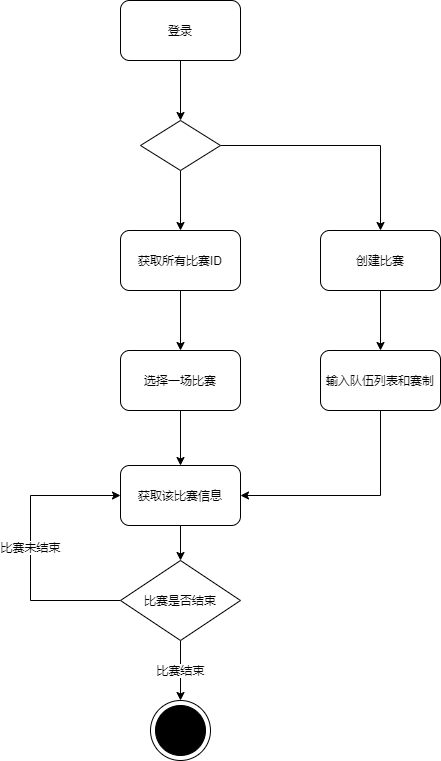
Before: tournament.png, a diagram exported from draw.io (WolverineX23/tournament-bracket-manager). Source tidied: cells renumbered, new cells last; positions are measured from the earlier drawing's top-left corner, leaving out a move shared by most shapes.
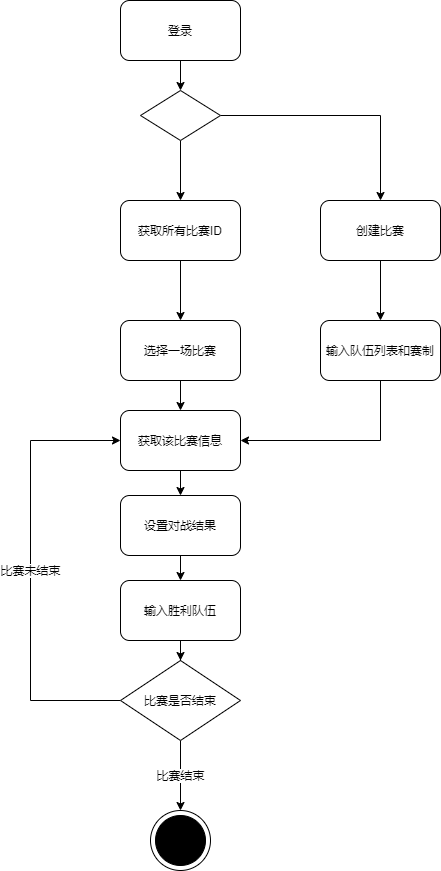
The same file after the commit.

What changed in the source:
```diff
@@ -6,7 +6,7 @@
       <mxGeometry relative="1" as="geometry" />
     </mxCell>
     <mxCell id="3" value="登录" style="rounded=1;whiteSpace=wrap;html=1;" parent="1" vertex="1">
-      <mxGeometry x="90" width="120" height="60" as="geometry" />
+      <mxGeometry x="90" y="30" width="120" height="60" as="geometry" />
     </mxCell>
     <mxCell id="4" style="edgeStyle=orthogonalEdgeStyle;rounded=0;jettySize=auto;html=1;exitX=0.5;exitY=1;exitDx=0;exitDy=0;" parent="1" edge="1" source="5" target="7">
       <mxGeometry relative="1" as="geometry" />
@@ -35,17 +35,17 @@
     <mxCell id="12" style="rhombus;whiteSpace=wrap;html=1;" parent="1" vertex="1">
       <mxGeometry x="110" y="120" width="80" height="50" as="geometry" />
     </mxCell>
-    <mxCell id="13" style="edgeStyle=orthogonalEdgeStyle;rounded=0;jettySize=auto;html=1;exitX=0.5;exitY=1;exitDx=0;exitDy=0;" parent="1" edge="1" source="14" target="17">
-      <mxGeometry relative="1" as="geometry" />
-    </mxCell>
+    <mxCell id="22" style="edgeStyle=orthogonalEdgeStyle;rounded=0;jettySize=auto;html=1;exitX=0.5;exitY=1;exitDx=0;exitDy=0;entryX=0.5;entryY=0;entryDx=0;entryDy=0;" parent="1" edge="1" source="14" target="24">
+      <mxGeometry relative="1" as="geometry" />
+    </mxCell>
     <mxCell id="14" value="获取该比赛信息" style="rounded=1;whiteSpace=wrap;html=1;" parent="1" vertex="1">
-      <mxGeometry x="90" y="465" width="120" height="60" as="geometry" />
+      <mxGeometry x="90" y="440" width="120" height="60" as="geometry" />
     </mxCell>
     <mxCell id="15" value="比赛未结束" style="edgeStyle=orthogonalEdgeStyle;rounded=0;jettySize=auto;html=1;exitX=0;exitY=0.5;exitDx=0;exitDy=0;entryX=0;entryY=0.5;entryDx=0;entryDy=0;" parent="1" edge="1" source="17" target="14">
       <mxGeometry relative="1" as="geometry">
         <Array as="points">
-          <mxPoint y="600" />
-          <mxPoint y="495" />
+          <mxPoint y="730" />
+          <mxPoint y="470" />
         </Array>
       </mxGeometry>
     </mxCell>
@@ -53,13 +53,13 @@
       <mxGeometry relative="1" as="geometry" />
     </mxCell>
     <mxCell id="17" value="比赛是否结束" style="rhombus;whiteSpace=wrap;html=1;rounded=0;" parent="1" vertex="1">
-      <mxGeometry x="90" y="560" width="120" height="80" as="geometry" />
+      <mxGeometry x="90" y="690" width="120" height="80" as="geometry" />
     </mxCell>
     <mxCell id="18" style="ellipse;whiteSpace=wrap;html=1;rounded=0;fillColor=#FFFFFF;" parent="1" vertex="1">
-      <mxGeometry x="120" y="700" width="60" height="60" as="geometry" />
+      <mxGeometry x="120" y="840" width="60" height="60" as="geometry" />
     </mxCell>
     <mxCell id="19" style="ellipse;whiteSpace=wrap;html=1;rounded=0;fillColor=#000000;perimeterSpacing=0;" parent="1" vertex="1">
-      <mxGeometry x="125" y="705" width="50" height="50" as="geometry" />
+      <mxGeometry x="125" y="845" width="50" height="50" as="geometry" />
     </mxCell>
     <mxCell id="20" style="edgeStyle=orthogonalEdgeStyle;rounded=0;jettySize=auto;html=1;exitX=0.5;exitY=1;exitDx=0;exitDy=0;entryX=1;entryY=0.5;entryDx=0;entryDy=0;" parent="1" edge="1" source="21" target="14">
       <mxGeometry relative="1" as="geometry" />
@@ -67,5 +67,17 @@
     <mxCell id="21" value="输入队伍列表和赛制" style="rounded=1;whiteSpace=wrap;html=1;fillColor=#FFFFFF;" parent="1" vertex="1">
       <mxGeometry x="290" y="350" width="120" height="60" as="geometry" />
     </mxCell>
+    <mxCell id="23" style="edgeStyle=orthogonalEdgeStyle;rounded=0;jettySize=auto;html=1;exitX=0.5;exitY=1;exitDx=0;exitDy=0;entryX=0.5;entryY=0;entryDx=0;entryDy=0;" parent="1" edge="1" source="24" target="26">
+      <mxGeometry relative="1" as="geometry" />
+    </mxCell>
+    <mxCell id="24" value="设置对战结果" style="rounded=1;whiteSpace=wrap;html=1;" parent="1" vertex="1">
+      <mxGeometry x="90" y="525" width="120" height="60" as="geometry" />
+    </mxCell>
+    <mxCell id="25" style="edgeStyle=orthogonalEdgeStyle;rounded=0;jettySize=auto;html=1;exitX=0.5;exitY=1;exitDx=0;exitDy=0;" parent="1" edge="1" source="26" target="17">
+      <mxGeometry relative="1" as="geometry" />
+    </mxCell>
+    <mxCell id="26" value="输入胜利队伍" style="rounded=1;whiteSpace=wrap;html=1;" parent="1" vertex="1">
+      <mxGeometry x="90" y="610" width="120" height="60" as="geometry" />
+    </mxCell>
   </root>
 </mxGraphModel>
```
